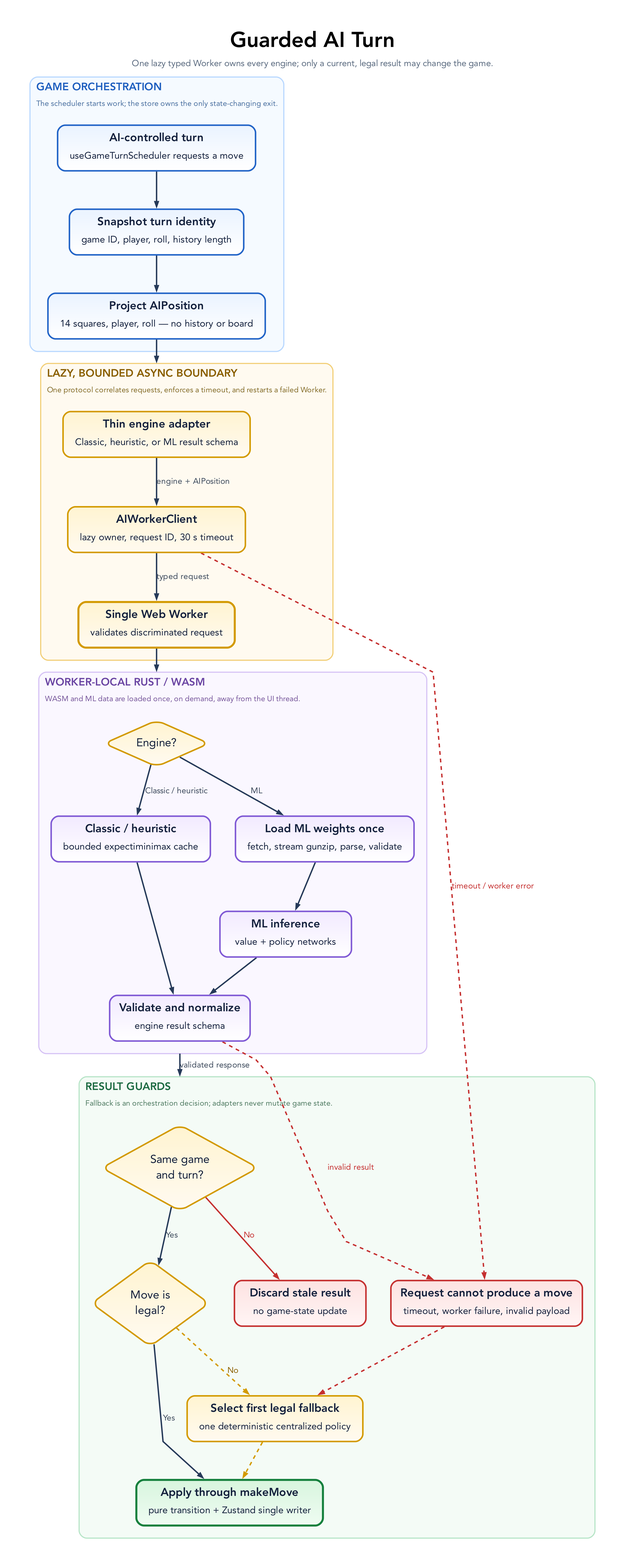
Earlier version of the Graphviz export docs/diagrams/ai-turn-flow.png (tre-systems/rgou-cloudflare). Its source is kept beside it as docs/diagrams/ai-turn-flow.dot.
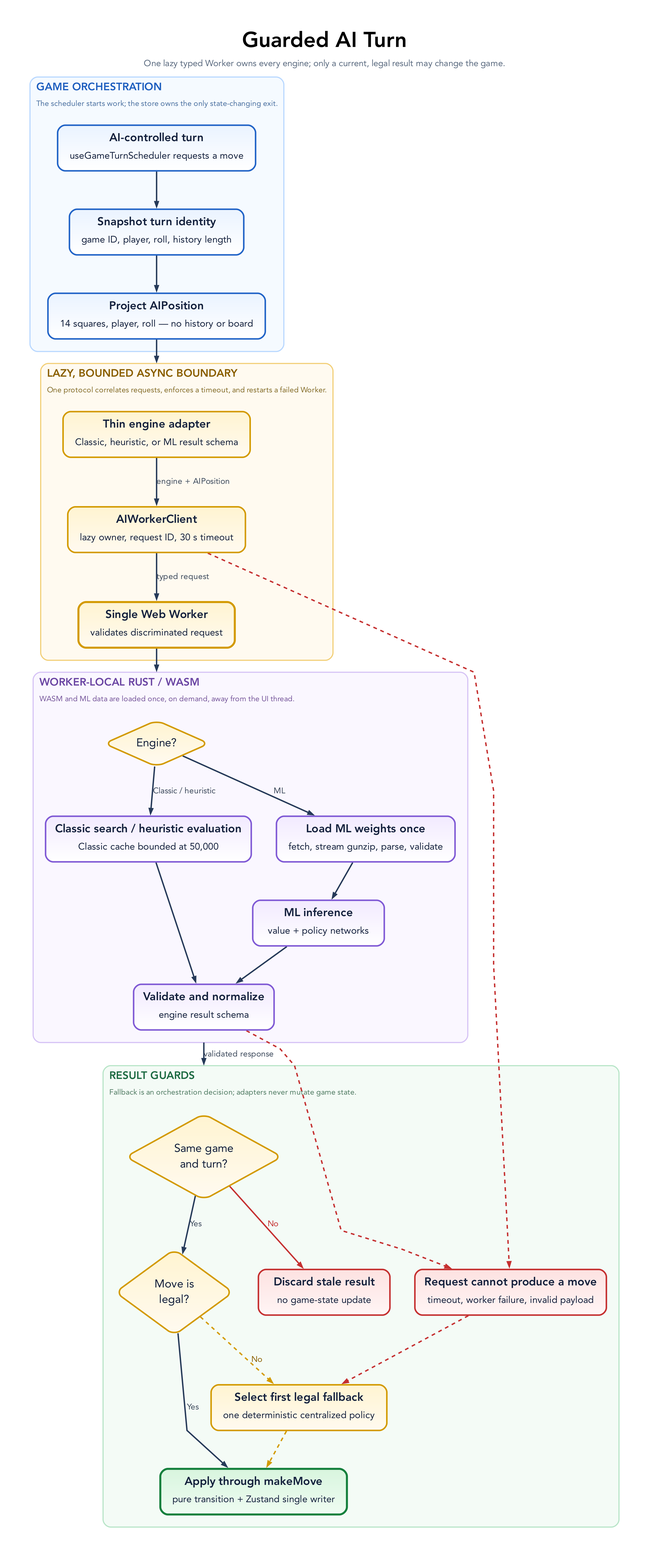
After the change.

Diff of the diagram source:
```diff
@@ -92,7 +92,7 @@
     ];
 
     ENGINE [shape=diamond, label="Engine?", width=2.0, height=1.02, fillcolor="#fff4d1:#fffaf0", color="#d39a00"];
-    SEARCH [label=<<TABLE BORDER="0" CELLBORDER="0" CELLSPACING="0" CELLPADDING="0"><TR><TD><B>Classic / heuristic</B></TD></TR><TR><TD CELLPADDING="4"><FONT POINT-SIZE="15">bounded expectiminimax cache</FONT></TD></TR></TABLE>>, fillcolor="#f2eaff:#ffffff", color="#805ad5"];
+    SEARCH [label=<<TABLE BORDER="0" CELLBORDER="0" CELLSPACING="0" CELLPADDING="0"><TR><TD><B>Classic search / heuristic evaluation</B></TD></TR><TR><TD CELLPADDING="4"><FONT POINT-SIZE="15">Classic cache bounded at 50,000</FONT></TD></TR></TABLE>>, fillcolor="#f2eaff:#ffffff", color="#805ad5"];
     MODEL [label=<<TABLE BORDER="0" CELLBORDER="0" CELLSPACING="0" CELLPADDING="0"><TR><TD><B>Load ML weights once</B></TD></TR><TR><TD CELLPADDING="4"><FONT POINT-SIZE="15">fetch, stream gunzip, parse, validate</FONT></TD></TR></TABLE>>, fillcolor="#f2eaff:#ffffff", color="#805ad5"];
     NETWORK [label=<<TABLE BORDER="0" CELLBORDER="0" CELLSPACING="0" CELLPADDING="0"><TR><TD><B>ML inference</B></TD></TR><TR><TD CELLPADDING="4"><FONT POINT-SIZE="15">value + policy networks</FONT></TD></TR></TABLE>>, fillcolor="#f2eaff:#ffffff", color="#805ad5"];
     PARSE [label=<<TABLE BORDER="0" CELLBORDER="0" CELLSPACING="0" CELLPADDING="0"><TR><TD><B>Validate and normalize</B></TD></TR><TR><TD CELLPADDING="4"><FONT POINT-SIZE="15">engine result schema</FONT></TD></TR></TABLE>>, fillcolor="#f2eaff:#ffffff", color="#805ad5"];
@@ -135,6 +135,6 @@
   POSITION -> ADAPTER [lhead=cluster_boundary];
   WORKER -> ENGINE [lhead=cluster_core];
   PARSE -> CURRENT [label="validated response", ltail=cluster_core, lhead=cluster_guards];
-  CLIENT -> FAILURE [label="timeout / worker error", style=dashed, color="#c53030", fontcolor="#c53030", constraint=false];
-  PARSE -> FAILURE [label="invalid result", style=dashed, color="#c53030", fontcolor="#c53030", constraint=false];
+  CLIENT -> FAILURE [style=dashed, color="#c53030", constraint=false];
+  PARSE -> FAILURE [style=dashed, color="#c53030", constraint=false];
 }
```
